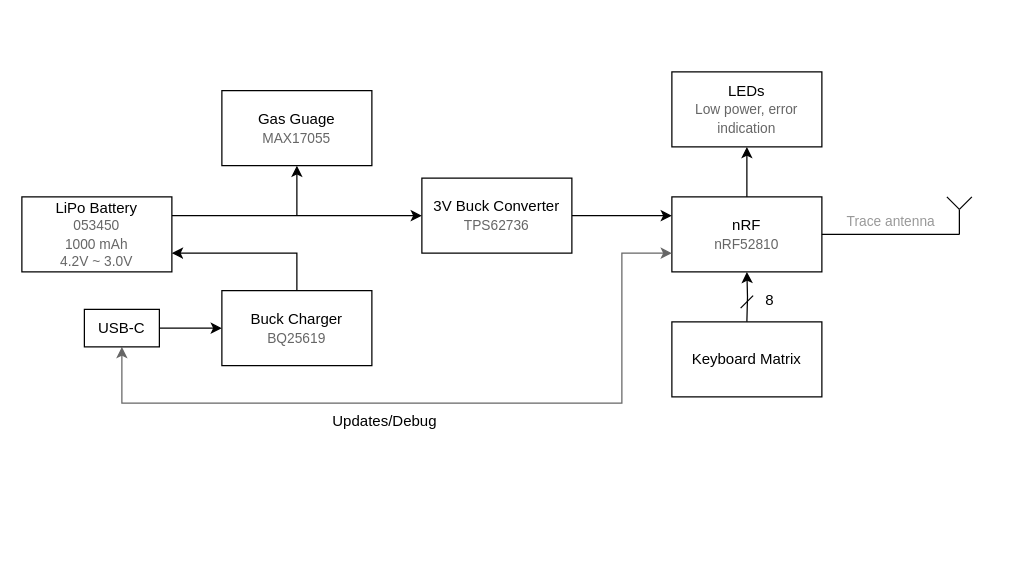
The draw.io diagram doc/block-diagram.drawio in djgood/ble-mesh-keyboard, before the edit. Source tidied: cells renumbered, new cells numbered last; positions are measured from the earlier drawing's top-left corner, leaving out a move shared by most shapes. Both pictures are drawn from the tidied source at 125%, with x=0, y=0 at pixel (21, 71).
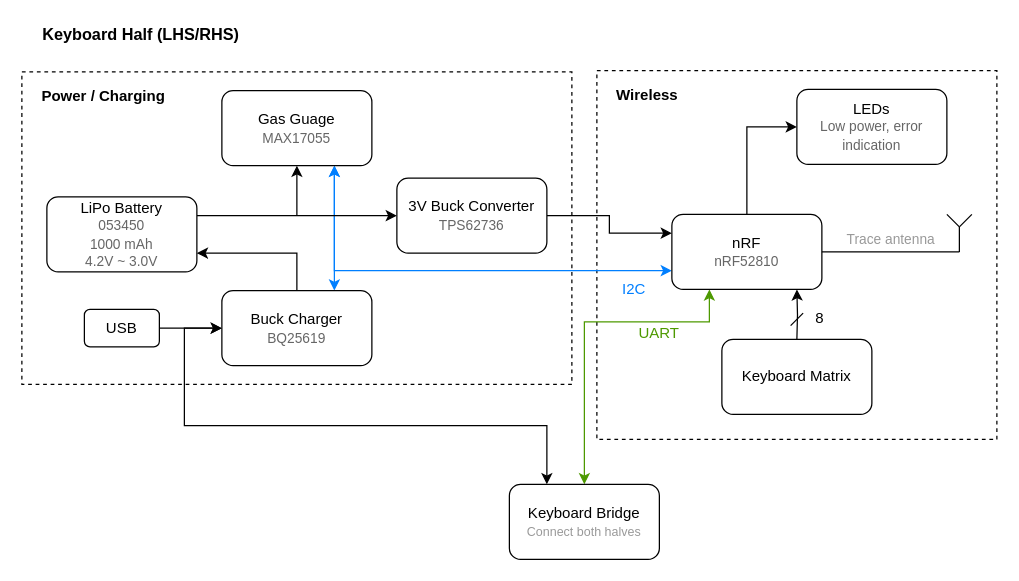
The same page after the edit.

Commit message (it also covers changes not shown here):
Make block diagram more pretty

What changed in the source:
```diff
@@
+    <mxCell id="27" style="rounded=0;whiteSpace=wrap;html=1;fillColor=none;dashed=1;" parent="1" vertex="1">
+      <mxGeometry x="460" y="-1" width="320" height="295" as="geometry" />
+    </mxCell>
+    <mxCell id="28" style="rounded=0;whiteSpace=wrap;html=1;fillColor=none;dashed=1;" parent="1" vertex="1">
+      <mxGeometry width="440" height="250" as="geometry" />
+    </mxCell>
-    <mxCell id="2" style="edgeStyle=orthogonalEdgeStyle;rounded=0;jettySize=auto;html=1;entryX=0.5;entryY=1;entryDx=0;entryDy=0;" parent="1" edge="1" target="5">
+    <mxCell id="2" style="edgeStyle=orthogonalEdgeStyle;rounded=0;orthogonalLoop=1;jettySize=auto;html=1;" parent="1" edge="1">
       <mxGeometry relative="1" as="geometry">
-        <mxPoint x="580" y="200" as="sourcePoint" />
+        <mxPoint x="620" y="214" as="sourcePoint" />
+        <mxPoint x="620" y="174" as="targetPoint" />
       </mxGeometry>
     </mxCell>
-    <mxCell id="3" value="Keyboard Matrix" style="whiteSpace=wrap;html=1;" parent="1" vertex="1">
-      <mxGeometry x="520" y="200" width="120" height="60" as="geometry" />
+    <mxCell id="3" value="Keyboard Matrix" style="whiteSpace=wrap;html=1;rounded=1;" parent="1" vertex="1">
+      <mxGeometry x="560" y="214" width="120" height="60" as="geometry" />
     </mxCell>
-    <mxCell id="4" style="edgeStyle=orthogonalEdgeStyle;rounded=0;jettySize=auto;html=1;exitX=0.5;exitY=0;exitDx=0;exitDy=0;entryX=0.5;entryY=1;entryDx=0;entryDy=0;startArrow=none;startFill=0;strokeColor=#000000;fillColor=#ffffff;fontColor=#000000;endArrow=classic;endFill=1;" parent="1" edge="1" source="5" target="16">
+    <mxCell id="4" style="edgeStyle=orthogonalEdgeStyle;rounded=0;jettySize=auto;html=1;exitX=0.5;exitY=0;exitDx=0;exitDy=0;entryX=0;entryY=0.5;entryDx=0;entryDy=0;startArrow=none;startFill=0;strokeColor=#000000;fillColor=#ffffff;fontColor=#000000;endArrow=classic;endFill=1;" parent="1" edge="1" source="5" target="16">
       <mxGeometry relative="1" as="geometry" />
     </mxCell>
+    <mxCell id="29" style="edgeStyle=orthogonalEdgeStyle;rounded=0;jettySize=auto;html=1;exitX=0;exitY=0.75;exitDx=0;exitDy=0;entryX=0.75;entryY=1;entryDx=0;entryDy=0;startArrow=classic;startFill=1;strokeColor=#007FFF;" parent="1" edge="1" source="5" target="18">
+      <mxGeometry relative="1" as="geometry" />
+    </mxCell>
+    <mxCell id="30" style="edgeStyle=orthogonalEdgeStyle;rounded=0;jettySize=auto;html=1;exitX=0.25;exitY=1;exitDx=0;exitDy=0;entryX=0.5;entryY=0;entryDx=0;entryDy=0;startArrow=classic;startFill=1;strokeColor=#4D9900;fontColor=#000000;" parent="1" edge="1" source="5" target="35">
+      <mxGeometry relative="1" as="geometry">
+        <Array as="points">
+          <mxPoint x="550" y="200" />
+          <mxPoint x="450" y="200" />
+        </Array>
+      </mxGeometry>
+    </mxCell>
-    <mxCell id="5" value="nRF&lt;br&gt;&lt;font style=&quot;font-size: 11px&quot; color=&quot;#666666&quot;&gt;nRF52810&lt;/font&gt;" style="whiteSpace=wrap;html=1;" parent="1" vertex="1">
-      <mxGeometry x="520" y="100" width="120" height="60" as="geometry" />
+    <mxCell id="5" value="nRF&lt;br&gt;&lt;font style=&quot;font-size: 11px&quot; color=&quot;#666666&quot;&gt;nRF52810&lt;/font&gt;" style="whiteSpace=wrap;html=1;rounded=1;" parent="1" vertex="1">
+      <mxGeometry x="520" y="114" width="120" height="60" as="geometry" />
     </mxCell>
     <mxCell id="6" style="endArrow=none;html=1;exitX=1;exitY=0.5;exitDx=0;exitDy=0;" parent="1" edge="1" source="5">
       <mxGeometry relative="1" as="geometry">
-        <mxPoint x="750" y="130" as="targetPoint" />
+        <mxPoint x="750" y="144" as="targetPoint" />
       </mxGeometry>
     </mxCell>
     <mxCell id="7" value="&lt;font style=&quot;font-size: 11px&quot; color=&quot;#999999&quot;&gt;Trace antenna&lt;/font&gt;" style="text;html=1;align=center;verticalAlign=middle;" parent="1" vertex="1">
-      <mxGeometry x="650" y="110" width="90" height="20" as="geometry" />
+      <mxGeometry x="650" y="124" width="90" height="20" as="geometry" />
     </mxCell>
     <mxCell id="8" style="group;" parent="1" vertex="1">
-      <mxGeometry x="740" y="100" width="20" height="20" as="geometry" />
+      <mxGeometry x="740" y="114" width="20" height="20" as="geometry" />
     </mxCell>
@@
     <mxCell id="12" style="endArrow=none;html=1;strokeColor=#000000;fontColor=#67AB9F;" parent="1" edge="1">
       <mxGeometry relative="1" as="geometry">
-        <mxPoint x="575" y="189" as="sourcePoint" />
-        <mxPoint x="585" y="179" as="targetPoint" />
+        <mxPoint x="615" y="203" as="sourcePoint" />
+        <mxPoint x="625" y="193" as="targetPoint" />
       </mxGeometry>
     </mxCell>
     <mxCell id="13" value="8" style="text;html=1;align=center;verticalAlign=middle;fontColor=#000000;" parent="1" vertex="1">
-      <mxGeometry x="588" y="173" width="20" height="20" as="geometry" />
+      <mxGeometry x="628" y="187" width="20" height="20" as="geometry" />
     </mxCell>
@@
-    <mxCell id="15" value="3V Buck Converter&lt;br&gt;&lt;font style=&quot;font-size: 11px&quot; color=&quot;#666666&quot;&gt;TPS62736&lt;/font&gt;" style="whiteSpace=wrap;html=1;" parent="1" vertex="1">
-      <mxGeometry x="320" y="85" width="120" height="60" as="geometry" />
+    <mxCell id="15" value="3V Buck Converter&lt;br&gt;&lt;font style=&quot;font-size: 11px&quot; color=&quot;#666666&quot;&gt;TPS62736&lt;/font&gt;" style="whiteSpace=wrap;html=1;rounded=1;" parent="1" vertex="1">
+      <mxGeometry x="300" y="85" width="120" height="60" as="geometry" />
     </mxCell>
-    <mxCell id="16" value="LEDs&lt;br&gt;&lt;font style=&quot;font-size: 11px&quot; color=&quot;#666666&quot;&gt;Low power, error indication&lt;br&gt;&lt;/font&gt;" style="whiteSpace=wrap;html=1;" parent="1" vertex="1">
-      <mxGeometry x="520" width="120" height="60" as="geometry" />
+    <mxCell id="16" value="LEDs&lt;br&gt;&lt;font style=&quot;font-size: 11px&quot; color=&quot;#666666&quot;&gt;Low power, error indication&lt;br&gt;&lt;/font&gt;" style="whiteSpace=wrap;html=1;rounded=1;" parent="1" vertex="1">
+      <mxGeometry x="620" y="14" width="120" height="60" as="geometry" />
     </mxCell>
@@
+    <mxCell id="31" style="edgeStyle=orthogonalEdgeStyle;rounded=0;jettySize=auto;html=1;exitX=0.75;exitY=1;exitDx=0;exitDy=0;entryX=0.75;entryY=0;entryDx=0;entryDy=0;startArrow=classic;startFill=1;strokeColor=#007FFF;" parent="1" edge="1" source="18" target="25">
+      <mxGeometry relative="1" as="geometry" />
+    </mxCell>
-    <mxCell id="18" value="Gas Guage&lt;br&gt;&lt;font color=&quot;#666666&quot;&gt;&lt;span style=&quot;font-size: 11px&quot;&gt;MAX17055&lt;/span&gt;&lt;/font&gt;" style="whiteSpace=wrap;html=1;" parent="1" vertex="1">
+    <mxCell id="18" value="Gas Guage&lt;br&gt;&lt;font color=&quot;#666666&quot;&gt;&lt;span style=&quot;font-size: 11px&quot;&gt;MAX17055&lt;/span&gt;&lt;/font&gt;" style="whiteSpace=wrap;html=1;rounded=1;" parent="1" vertex="1">
       <mxGeometry x="160" y="15" width="120" height="60" as="geometry" />
     </mxCell>
@@
-    <mxCell id="20" value="LiPo Battery&lt;br&gt;&lt;font color=&quot;#666666&quot;&gt;&lt;span style=&quot;font-size: 11px&quot;&gt;053450&lt;/span&gt;&lt;br&gt;&lt;span style=&quot;font-size: 11px&quot;&gt;1000 mAh&lt;/span&gt;&lt;br&gt;&lt;span style=&quot;font-size: 11px&quot;&gt;4.2V ~ 3.0V&lt;/span&gt;&lt;br&gt;&lt;/font&gt;" style="whiteSpace=wrap;html=1;" parent="1" vertex="1">
-      <mxGeometry y="100" width="120" height="60" as="geometry" />
+    <mxCell id="20" value="LiPo Battery&lt;br&gt;&lt;font color=&quot;#666666&quot;&gt;&lt;span style=&quot;font-size: 11px&quot;&gt;053450&lt;/span&gt;&lt;br&gt;&lt;span style=&quot;font-size: 11px&quot;&gt;1000 mAh&lt;/span&gt;&lt;br&gt;&lt;span style=&quot;font-size: 11px&quot;&gt;4.2V ~ 3.0V&lt;/span&gt;&lt;br&gt;&lt;/font&gt;" style="whiteSpace=wrap;html=1;rounded=1;" parent="1" vertex="1">
+      <mxGeometry x="20" y="100" width="120" height="60" as="geometry" />
     </mxCell>
@@
-    <mxCell id="22" style="edgeStyle=orthogonalEdgeStyle;rounded=0;jettySize=auto;html=1;exitX=0.5;exitY=1;exitDx=0;exitDy=0;entryX=0;entryY=0.75;entryDx=0;entryDy=0;startArrow=classic;startFill=1;endArrow=classic;endFill=1;strokeWidth=1;fillColor=#f5f5f5;strokeColor=#666666;" parent="1" edge="1" source="23" target="5">
-      <mxGeometry relative="1" as="geometry">
-        <Array as="points">
-          <mxPoint x="80" y="265" />
-          <mxPoint x="480" y="265" />
-          <mxPoint x="480" y="145" />
-        </Array>
-      </mxGeometry>
-    </mxCell>
-    <mxCell id="23" value="USB-C" style="rounded=0;whiteSpace=wrap;html=1;labelBackgroundColor=none;fillColor=#ffffff;fontColor=#000000;" parent="1" vertex="1">
+    <mxCell id="23" value="USB" style="rounded=1;whiteSpace=wrap;html=1;labelBackgroundColor=none;fillColor=#ffffff;fontColor=#000000;" parent="1" vertex="1">
       <mxGeometry x="50" y="190" width="60" height="30" as="geometry" />
     </mxCell>
@@
-    <mxCell id="25" value="Buck Charger&lt;br&gt;&lt;font style=&quot;font-size: 11px&quot; color=&quot;#666666&quot;&gt;BQ25619&lt;/font&gt;" style="rounded=0;whiteSpace=wrap;html=1;labelBackgroundColor=none;fillColor=#ffffff;fontColor=#000000;" parent="1" vertex="1">
+    <mxCell id="25" value="Buck Charger&lt;br&gt;&lt;font style=&quot;font-size: 11px&quot; color=&quot;#666666&quot;&gt;BQ25619&lt;/font&gt;" style="rounded=1;whiteSpace=wrap;html=1;labelBackgroundColor=none;fillColor=#ffffff;fontColor=#000000;" parent="1" vertex="1">
       <mxGeometry x="160" y="175" width="120" height="60" as="geometry" />
     </mxCell>
-    <mxCell id="26" value="Updates/Debug" style="text;html=1;align=center;verticalAlign=middle;" parent="1" vertex="1">
-      <mxGeometry x="240" y="270" width="100" height="20" as="geometry" />
+    <mxCell id="26" value="&lt;b&gt;Power / Charging&lt;/b&gt;" style="text;html=1;align=center;verticalAlign=middle;" parent="1" vertex="1">
+      <mxGeometry x="10" y="10" width="110" height="20" as="geometry" />
     </mxCell>
+    <mxCell id="32" value="I2C" style="text;html=1;strokeColor=none;fillColor=none;align=center;verticalAlign=middle;whiteSpace=wrap;rounded=0;dashed=1;fontColor=#007FFF;" parent="1" vertex="1">
+      <mxGeometry x="470" y="164" width="40" height="20" as="geometry" />
+    </mxCell>
+    <mxCell id="33" value="&lt;b&gt;Wireless&lt;/b&gt;" style="text;html=1;align=center;verticalAlign=middle;" parent="1" vertex="1">
+      <mxGeometry x="470" y="9" width="60" height="20" as="geometry" />
+    </mxCell>
+    <mxCell id="34" style="edgeStyle=orthogonalEdgeStyle;rounded=0;jettySize=auto;html=1;exitX=0.25;exitY=0;exitDx=0;exitDy=0;entryX=0;entryY=0.5;entryDx=0;entryDy=0;startArrow=classic;startFill=1;strokeColor=#000000;fontColor=#000000;" parent="1" edge="1" source="35" target="25">
+      <mxGeometry relative="1" as="geometry">
+        <Array as="points">
+          <mxPoint x="420" y="283" />
+          <mxPoint x="130" y="283" />
+          <mxPoint x="130" y="205" />
+        </Array>
+      </mxGeometry>
+    </mxCell>
+    <mxCell id="35" value="Keyboard Bridge&lt;br&gt;&lt;font color=&quot;#999999&quot; style=&quot;font-size: 10px&quot;&gt;Connect both halves&lt;/font&gt;" style="rounded=1;whiteSpace=wrap;html=1;labelBackgroundColor=none;fillColor=#ffffff;fontColor=#000000;" parent="1" vertex="1">
+      <mxGeometry x="390" y="330" width="120" height="60" as="geometry" />
+    </mxCell>
+    <mxCell id="36" value="UART" style="text;html=1;strokeColor=none;fillColor=none;align=center;verticalAlign=middle;whiteSpace=wrap;rounded=0;dashed=1;fontColor=#4D9900;" parent="1" vertex="1">
+      <mxGeometry x="490" y="199" width="40" height="20" as="geometry" />
+    </mxCell>
+    <mxCell id="37" value="&lt;b style=&quot;font-size: 13px&quot;&gt;Keyboard Half (LHS/RHS)&lt;/b&gt;" style="text;html=1;align=center;verticalAlign=middle;fontSize=13;" parent="1" vertex="1">
+      <mxGeometry x="10" y="-40" width="170" height="20" as="geometry" />
+    </mxCell>
```
